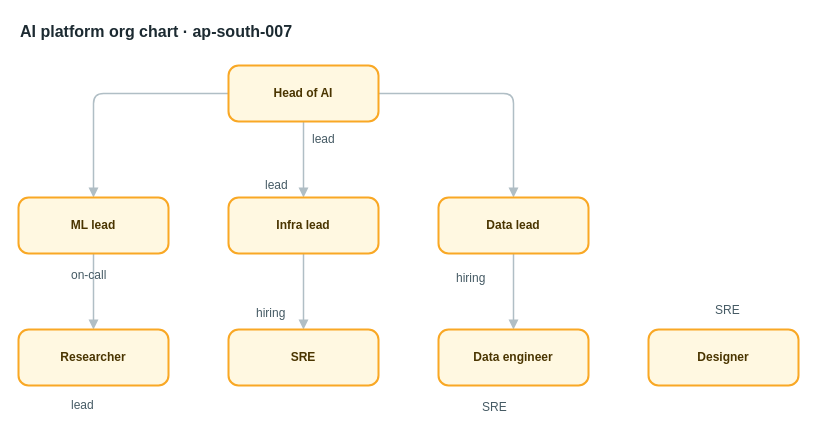
Above: apps/web/public/samples/library/007-ai-platform-org-chart.drawio in AryanG01/open-apprentice (draw.io), before the change. Source tidied: cells renumbered, new cells numbered last; positions are measured from the earlier drawing's top-left corner, leaving out a move shared by most shapes. Both pictures are drawn from the tidied source at 100%, with x=0, y=0 at pixel (18, 17).
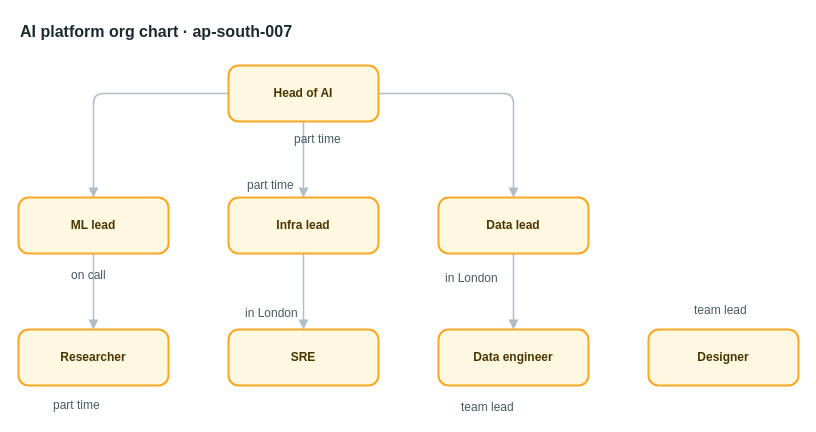
Above is the later version.

What changed in the source:
```diff
@@
-    <mxCell id="17" value="lead" style="text;html=1;align=left;verticalAlign=top;whiteSpace=nowrap;spacing=0;spacingTop=0;strokeColor=none;fillColor=none;fontSize=12;fontColor=#455a64;" parent="1" vertex="1">
-      <mxGeometry x="294" y="110" width="40" height="20" as="geometry" />
+    <mxCell id="17" value="part time" style="text;html=1;align=left;verticalAlign=top;whiteSpace=nowrap;spacing=0;spacingTop=0;strokeColor=none;fillColor=none;fontSize=12;fontColor=#455a64;" parent="1" vertex="1">
+      <mxGeometry x="276" y="110" width="75" height="20" as="geometry" />
     </mxCell>
-    <mxCell id="18" value="on-call" style="text;html=1;align=left;verticalAlign=top;whiteSpace=nowrap;spacing=0;spacingTop=0;strokeColor=none;fillColor=none;fontSize=12;fontColor=#455a64;" parent="1" vertex="1">
+    <mxCell id="18" value="on call" style="text;html=1;align=left;verticalAlign=top;whiteSpace=nowrap;spacing=0;spacingTop=0;strokeColor=none;fillColor=none;fontSize=12;fontColor=#455a64;" parent="1" vertex="1">
       <mxGeometry x="53" y="246" width="61" height="20" as="geometry" />
     </mxCell>
-    <mxCell id="19" value="lead" style="text;html=1;align=left;verticalAlign=top;whiteSpace=nowrap;spacing=0;spacingTop=0;strokeColor=none;fillColor=none;fontSize=12;fontColor=#455a64;" parent="1" vertex="1">
-      <mxGeometry x="247" y="156" width="40" height="20" as="geometry" />
+    <mxCell id="19" value="part time" style="text;html=1;align=left;verticalAlign=top;whiteSpace=nowrap;spacing=0;spacingTop=0;strokeColor=none;fillColor=none;fontSize=12;fontColor=#455a64;" parent="1" vertex="1">
+      <mxGeometry x="229" y="156" width="75" height="20" as="geometry" />
     </mxCell>
-    <mxCell id="20" value="hiring" style="text;html=1;align=left;verticalAlign=top;whiteSpace=nowrap;spacing=0;spacingTop=0;strokeColor=none;fillColor=none;fontSize=12;fontColor=#455a64;" parent="1" vertex="1">
-      <mxGeometry x="438" y="249" width="54" height="20" as="geometry" />
+    <mxCell id="20" value="in London" style="text;html=1;align=left;verticalAlign=top;whiteSpace=nowrap;spacing=0;spacingTop=0;strokeColor=none;fillColor=none;fontSize=12;fontColor=#455a64;" parent="1" vertex="1">
+      <mxGeometry x="427" y="249" width="75" height="20" as="geometry" />
     </mxCell>
-    <mxCell id="21" value="lead" style="text;html=1;align=left;verticalAlign=top;whiteSpace=nowrap;spacing=0;spacingTop=0;strokeColor=none;fillColor=none;fontSize=12;fontColor=#455a64;" parent="1" vertex="1">
-      <mxGeometry x="53" y="376" width="40" height="20" as="geometry" />
+    <mxCell id="21" value="part time" style="text;html=1;align=left;verticalAlign=top;whiteSpace=nowrap;spacing=0;spacingTop=0;strokeColor=none;fillColor=none;fontSize=12;fontColor=#455a64;" parent="1" vertex="1">
+      <mxGeometry x="35" y="376" width="75" height="20" as="geometry" />
     </mxCell>
-    <mxCell id="22" value="hiring" style="text;html=1;align=left;verticalAlign=top;whiteSpace=nowrap;spacing=0;spacingTop=0;strokeColor=none;fillColor=none;fontSize=12;fontColor=#455a64;" parent="1" vertex="1">
-      <mxGeometry x="238" y="284" width="54" height="20" as="geometry" />
+    <mxCell id="22" value="in London" style="text;html=1;align=left;verticalAlign=top;whiteSpace=nowrap;spacing=0;spacingTop=0;strokeColor=none;fillColor=none;fontSize=12;fontColor=#455a64;" parent="1" vertex="1">
+      <mxGeometry x="227" y="284" width="75" height="20" as="geometry" />
     </mxCell>
-    <mxCell id="23" value="SRE" style="text;html=1;align=left;verticalAlign=top;whiteSpace=nowrap;spacing=0;spacingTop=0;strokeColor=none;fillColor=none;fontSize=12;fontColor=#455a64;" parent="1" vertex="1">
-      <mxGeometry x="464" y="378" width="33" height="20" as="geometry" />
+    <mxCell id="23" value="team lead" style="text;html=1;align=left;verticalAlign=top;whiteSpace=nowrap;spacing=0;spacingTop=0;strokeColor=none;fillColor=none;fontSize=12;fontColor=#455a64;" parent="1" vertex="1">
+      <mxGeometry x="443" y="378" width="75" height="20" as="geometry" />
     </mxCell>
-    <mxCell id="24" value="SRE" style="text;html=1;align=left;verticalAlign=top;whiteSpace=nowrap;spacing=0;spacingTop=0;strokeColor=none;fillColor=none;fontSize=12;fontColor=#455a64;" parent="1" vertex="1">
-      <mxGeometry x="697" y="281" width="33" height="20" as="geometry" />
+    <mxCell id="24" value="team lead" style="text;html=1;align=left;verticalAlign=top;whiteSpace=nowrap;spacing=0;spacingTop=0;strokeColor=none;fillColor=none;fontSize=12;fontColor=#455a64;" parent="1" vertex="1">
+      <mxGeometry x="676" y="281" width="75" height="20" as="geometry" />
     </mxCell>
```
